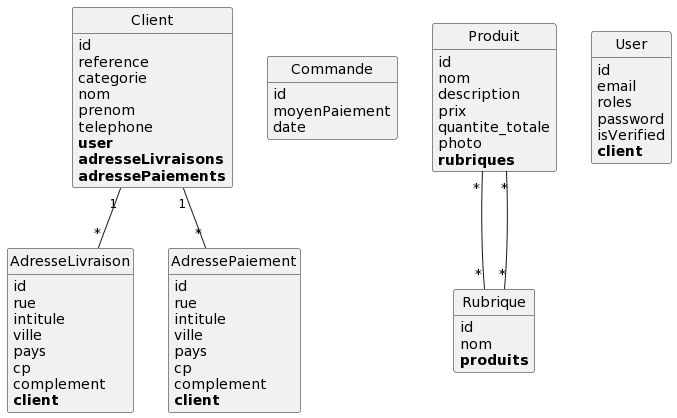
Before: puml/index.png, a diagram exported from PlantUML (Maha1201/FR_Symfony).
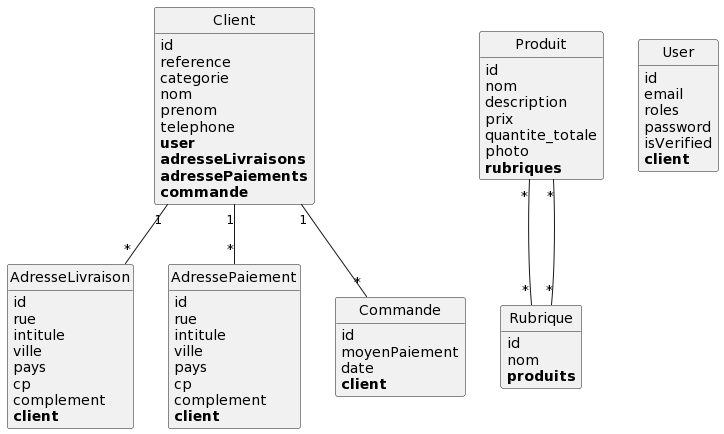
After the change.

Commit message:
Relation client/commande

Diff of the diagram source:
```diff
@@ -31,12 +31,14 @@
 	**user**
 	**adresseLivraisons**
 	**adressePaiements**
+	**commande**
 }
 
 class Commande {
 	id
 	moyenPaiement
 	date
+	**client**
 }
 
 class Produit {
@@ -66,6 +68,7 @@
 
 Client "1"--"*" AdresseLivraison
 Client "1"--"*" AdressePaiement
+Client "1"--"*" Commande
 Produit "*"--"*" Rubrique
 Rubrique "*"--"*" Produit
 
```
